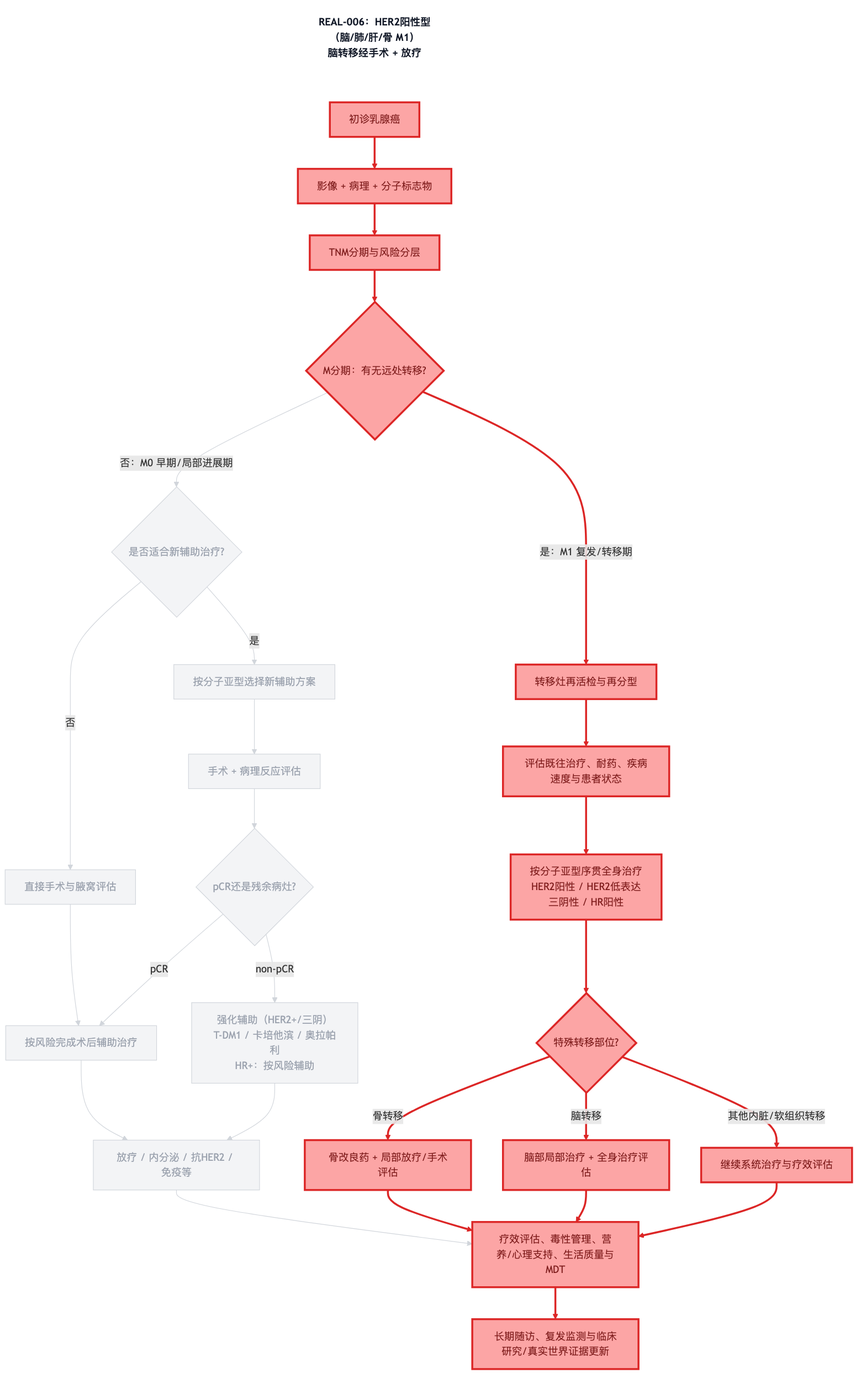
The Mermaid diagram diagrams/decision-chain-REAL-006.png in dongjb741280/breast-cancer, before a commit. Its source is kept beside it as diagrams/decision-chain-REAL-006.mmd.
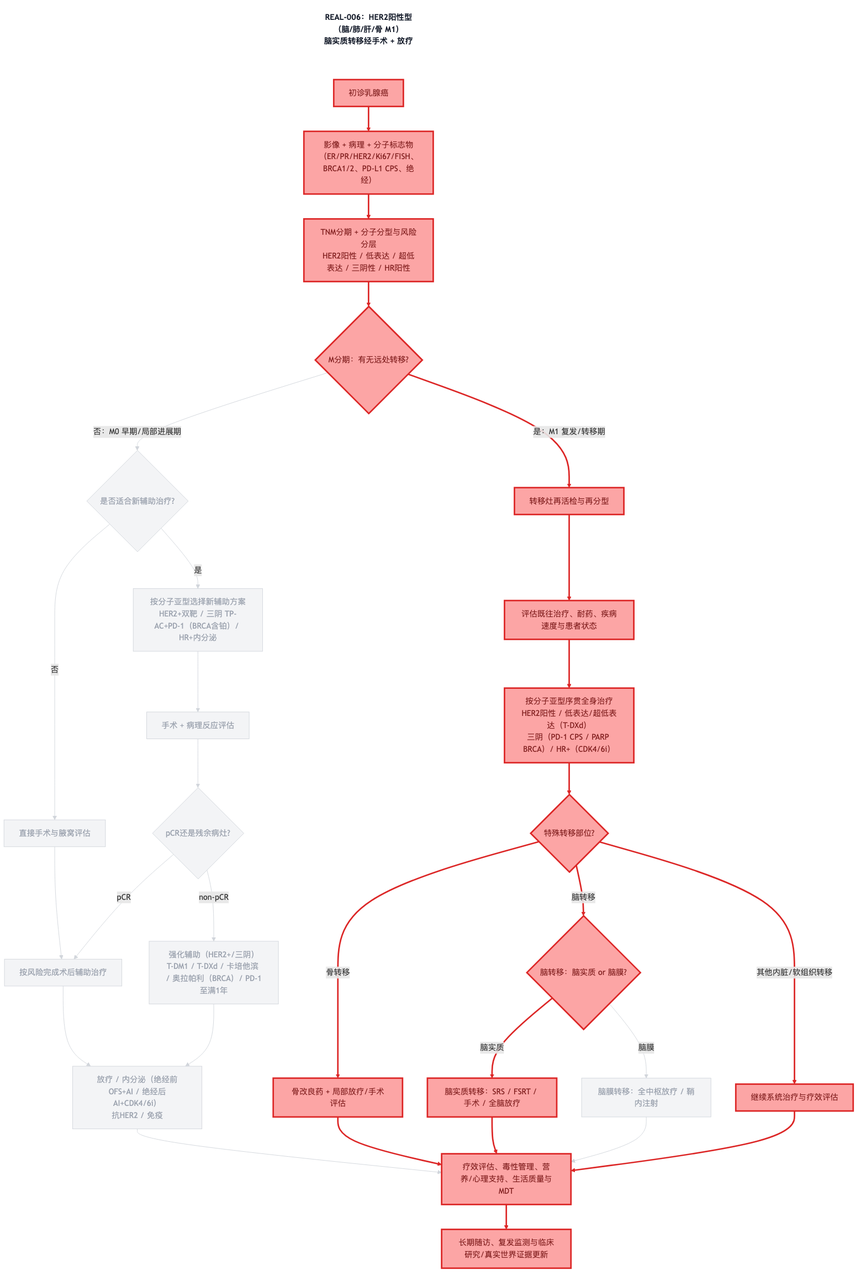
Later version of the same file.

The edit, as a diff of the source:
```diff
@@ -1,23 +1,25 @@
 graph TD
-    TITLE["REAL-006：HER2阳性型（脑/肺/肝/骨 M1）<br/>脑转移经手术 + 放疗"]
+    TITLE["REAL-006：HER2阳性型（脑/肺/肝/骨 M1）<br/>脑实质转移经手术 + 放疗"]
     A[初诊乳腺癌]
-    B[影像 + 病理 + 分子标志物]
-    C[TNM分期与风险分层]
+    B[影像 + 病理 + 分子标志物<br/>（ER/PR/HER2/Ki67/FISH、BRCA1/2、PD-L1 CPS、绝经）]
+    C[TNM分期 + 分子分型与风险分层<br/>HER2阳性 / 低表达 / 超低表达 / 三阴性 / HR阳性]
     D{M分期：有无远处转移?}
     E{是否适合新辅助治疗?}
-    F[按分子亚型选择新辅助方案]
+    F[按分子亚型选择新辅助方案<br/>HER2+双靶 / 三阴 TP-AC+PD-1（BRCA含铂）/ HR+内分泌]
     G[直接手术与腋窝评估]
     H[手术 + 病理反应评估]
     I{pCR还是残余病灶?}
     J[按风险完成术后辅助治疗]
-    K[强化辅助（HER2+/三阴）<br/>T-DM1 / 卡培他滨 / 奥拉帕利<br/>HR+：按风险辅助]
-    L[放疗 / 内分泌 / 抗HER2 / 免疫等]
+    K[强化辅助（HER2+/三阴）<br/>T-DM1 / T-DXd / 卡培他滨 / 奥拉帕利（BRCA）/ PD-1至满1年]
+    L[放疗 / 内分泌（绝经前OFS+AI / 绝经后AI+CDK4/6i）<br/>抗HER2 / 免疫]
     M[转移灶再活检与再分型]
     N[评估既往治疗、耐药、疾病速度与患者状态]
-    O[按分子亚型序贯全身治疗<br/>HER2阳性 / HER2低表达<br/>三阴性 / HR阳性]
+    O[按分子亚型序贯全身治疗<br/>HER2阳性 / 低表达/超低表达（T-DXd）<br/>三阴（PD-1 CPS / PARP BRCA）/ HR+（CDK4/6i）]
     P{特殊转移部位?}
     Q[骨改良药 + 局部放疗/手术评估]
-    R[脑部局部治疗 + 全身治疗评估]
+    R{脑转移：脑实质 or 脑膜?}
+    R1[脑实质转移：SRS / FSRT / 手术 / 全脑放疗]
+    R2[脑膜转移：全中枢放疗 / 鞘内注射]
     S[继续系统治疗与疗效评估]
     T[疗效评估、毒性管理、营养/心理支持、生活质量与MDT]
     U[长期随访、复发监测与临床研究/真实世界证据更新]
@@ -41,9 +43,12 @@
     P -->|骨转移| Q
     P -->|脑转移| R
     P -->|其他内脏/软组织转移| S
+    R -->|脑实质| R1
+    R -->|脑膜| R2
     L --> T
     Q --> T
-    R --> T
+    R1 --> T
+    R2 --> T
     S --> T
     T --> U
     TITLE ~~~ A
@@ -69,6 +74,8 @@
     class P path;
     class Q path;
     class R path;
+    class R1 path;
+    class R2 dim;
     class S path;
     class T path;
     class U path;
@@ -92,8 +99,11 @@
     linkStyle 17 stroke:#dc2626,stroke-width:3px;
     linkStyle 18 stroke:#dc2626,stroke-width:3px;
     linkStyle 19 stroke:#dc2626,stroke-width:3px;
-    linkStyle 20 stroke:#d1d5db,stroke-width:1px;
-    linkStyle 21 stroke:#dc2626,stroke-width:3px;
-    linkStyle 22 stroke:#dc2626,stroke-width:3px;
+    linkStyle 20 stroke:#dc2626,stroke-width:3px;
+    linkStyle 21 stroke:#d1d5db,stroke-width:1px;
+    linkStyle 22 stroke:#d1d5db,stroke-width:1px;
     linkStyle 23 stroke:#dc2626,stroke-width:3px;
     linkStyle 24 stroke:#dc2626,stroke-width:3px;
+    linkStyle 25 stroke:#d1d5db,stroke-width:1px;
+    linkStyle 26 stroke:#dc2626,stroke-width:3px;
+    linkStyle 27 stroke:#dc2626,stroke-width:3px;
```
